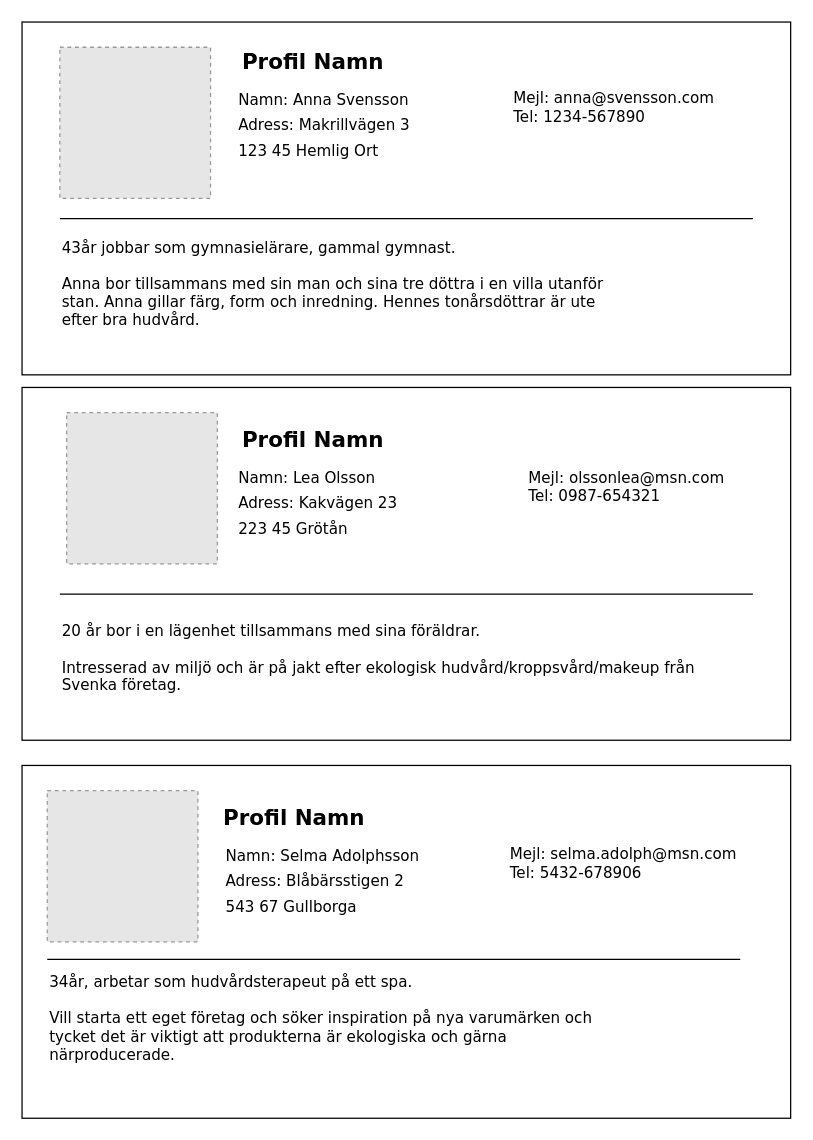
Navaas/WEB-2108 keeps this draw.io diagram as page "Page-1" (1 of 4) of granssnittsdesign/inlamning/inlamning.drawio. Above is the earlier version. Source tidied: cells renumbered, new cells numbered last; positions are measured from the earlier drawing's top-left corner, leaving out a move shared by most shapes. Both pictures are drawn from the tidied source at 126%, with x=0, y=0 at pixel (21, 21). Pictures stored in the file or linked from it are replaced by grey dashed boxes.
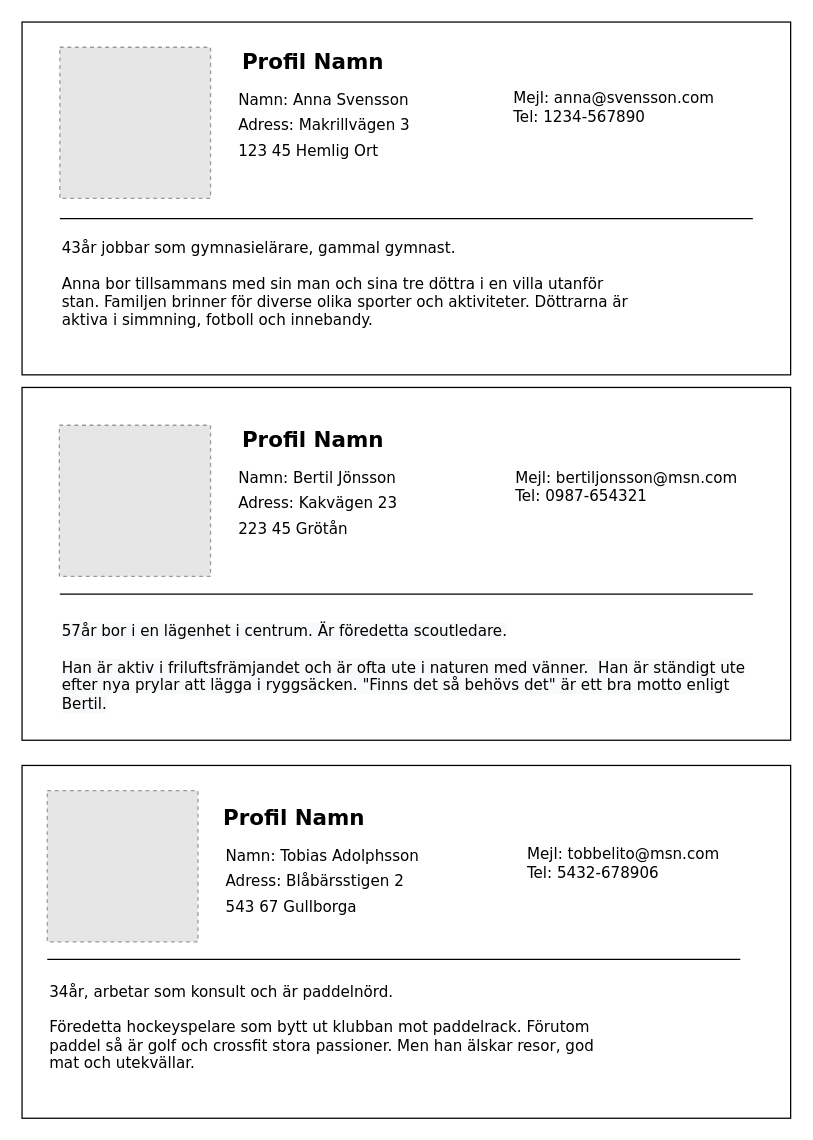
Above is the later version.

Change to the diagram source:
```diff
@@
-    <mxCell id="8" value="43år jobbar som gymnasielärare, gammal gymnast.&lt;br&gt;&lt;br&gt;Anna bor tillsammans med sin man och sina tre döttra i en villa utanför stan. Anna gillar färg, form och inredning. Hennes tonårsdöttrar är ute efter bra hudvård." style="text;html=1;strokeColor=none;fillColor=none;align=left;verticalAlign=middle;whiteSpace=wrap;rounded=0;fontFamily=Verdana;fontSize=12;" parent="1" vertex="1">
+    <mxCell id="8" value="43år jobbar som gymnasielärare, gammal gymnast.&lt;br&gt;&lt;br&gt;Anna bor tillsammans med sin man och sina tre döttra i en villa utanför stan. Familjen brinner för diverse olika sporter och aktiviteter. Döttrarna är aktiva i simmning, fotboll och innebandy." style="text;html=1;strokeColor=none;fillColor=none;align=left;verticalAlign=middle;whiteSpace=wrap;rounded=0;fontFamily=Verdana;fontSize=12;" parent="1" vertex="1">
       <mxGeometry x="30" y="135" width="455" height="145" as="geometry" />
     </mxCell>
@@
+    <mxCell id="23" style="fillColor=#E6E6E6;strokeColor=#999999;dashed=1;verticalLabelPosition=bottom;labelBackgroundColor=#ffffff;verticalAlign=top;" parent="1" vertex="1">
+      <mxGeometry x="29.6" y="320" width="120" height="120" as="geometry" />
+    </mxCell>
@@
-    <mxCell id="12" value="&lt;font style=&quot;font-size: 12px&quot;&gt;Namn: Lea Olsson&lt;br&gt;Adress: Kakvägen 23&lt;br&gt;223 45 Grötån&lt;br&gt;&lt;/font&gt;" style="text;html=1;strokeColor=none;fillColor=none;align=left;verticalAlign=middle;whiteSpace=wrap;rounded=0;fontFamily=Verdana;fontSize=17;" parent="1" vertex="1">
+    <mxCell id="12" value="&lt;font style=&quot;font-size: 12px&quot;&gt;Namn: Bertil Jönsson&lt;br&gt;Adress: Kakvägen 23&lt;br&gt;223 45 Grötån&lt;br&gt;&lt;/font&gt;" style="text;html=1;strokeColor=none;fillColor=none;align=left;verticalAlign=middle;whiteSpace=wrap;rounded=0;fontFamily=Verdana;fontSize=17;" parent="1" vertex="1">
       <mxGeometry x="170" y="350" width="230" height="60" as="geometry" />
     </mxCell>
-    <mxCell id="13" value="Mejl: olssonlea@msn.com&lt;br&gt;&lt;div style=&quot;text-align: left&quot;&gt;&lt;span&gt;Tel: 0987-654321&lt;/span&gt;&lt;/div&gt;" style="text;html=1;strokeColor=none;fillColor=none;align=center;verticalAlign=middle;whiteSpace=wrap;rounded=0;fontFamily=Verdana;fontSize=12;" parent="1" vertex="1">
+    <mxCell id="13" value="Mejl: bertiljonsson@msn.com&lt;br&gt;&lt;div style=&quot;text-align: left&quot;&gt;&lt;span&gt;Tel: 0987-654321&lt;/span&gt;&lt;/div&gt;" style="text;html=1;strokeColor=none;fillColor=none;align=center;verticalAlign=middle;whiteSpace=wrap;rounded=0;fontFamily=Verdana;fontSize=12;" parent="1" vertex="1">
       <mxGeometry x="370" y="344" width="220" height="50" as="geometry" />
     </mxCell>
@@
-    <mxCell id="15" value="&lt;font face=&quot;verdana&quot;&gt;20 år bor i en lägenhet tillsammans med sina föräldrar.&lt;br&gt;&lt;/font&gt;&lt;br&gt;Intresserad av miljö och är på jakt efter ekologisk hudvård/kroppsvård/makeup från Svenka företag." style="text;whiteSpace=wrap;html=1;fontSize=12;fontFamily=Verdana;" parent="1" vertex="1">
+    <mxCell id="15" value="&lt;span style=&quot;color: rgb(0, 0, 0); font-family: verdana; font-size: 12px; font-style: normal; font-weight: 400; letter-spacing: normal; text-align: left; text-indent: 0px; text-transform: none; word-spacing: 0px; background-color: rgb(248, 249, 250); display: inline; float: none;&quot;&gt;57år bor i en lägenhet i centrum. Är föredetta scoutledare.&lt;/span&gt;&lt;br style=&quot;color: rgb(0, 0, 0); font-family: verdana; font-size: 12px; font-style: normal; font-weight: 400; letter-spacing: normal; text-align: left; text-indent: 0px; text-transform: none; word-spacing: 0px; background-color: rgb(248, 249, 250);&quot;&gt;&lt;br style=&quot;color: rgb(0, 0, 0); font-family: verdana; font-size: 12px; font-style: normal; font-weight: 400; letter-spacing: normal; text-align: left; text-indent: 0px; text-transform: none; word-spacing: 0px; background-color: rgb(248, 249, 250);&quot;&gt;&lt;span style=&quot;color: rgb(0, 0, 0); font-family: verdana; font-size: 12px; font-style: normal; font-weight: 400; letter-spacing: normal; text-align: left; text-indent: 0px; text-transform: none; word-spacing: 0px; background-color: rgb(248, 249, 250); display: inline; float: none;&quot;&gt;Han är aktiv i friluftsfrämjandet och är ofta ute i naturen med vänner.&amp;nbsp; Han är ständigt ute efter nya prylar att lägga i ryggsäcken. &quot;Finns det så behövs det&quot; är ett bra motto enligt Bertil.&lt;/span&gt;" style="text;whiteSpace=wrap;html=1;fontSize=12;fontFamily=Verdana;" parent="1" vertex="1">
       <mxGeometry x="29.6" y="470" width="550" height="90" as="geometry" />
     </mxCell>
@@
-    <mxCell id="18" value="&lt;font style=&quot;font-size: 12px&quot;&gt;Namn: Selma Adolphsson&lt;br&gt;Adress: Blåbärsstigen 2&lt;br&gt;543 67 Gullborga&lt;br&gt;&lt;/font&gt;" style="text;html=1;strokeColor=none;fillColor=none;align=left;verticalAlign=middle;whiteSpace=wrap;rounded=0;fontFamily=Verdana;fontSize=17;" parent="1" vertex="1">
+    <mxCell id="18" value="&lt;font style=&quot;font-size: 12px&quot;&gt;Namn: Tobias Adolphsson&lt;br&gt;Adress: Blåbärsstigen 2&lt;br&gt;543 67 Gullborga&lt;br&gt;&lt;/font&gt;" style="text;html=1;strokeColor=none;fillColor=none;align=left;verticalAlign=middle;whiteSpace=wrap;rounded=0;fontFamily=Verdana;fontSize=17;" parent="1" vertex="1">
       <mxGeometry x="160" y="650" width="230" height="60" as="geometry" />
     </mxCell>
-    <mxCell id="19" value="Mejl: selma.adolph@msn.com&lt;br&gt;&lt;div style=&quot;text-align: left&quot;&gt;&lt;span&gt;Tel: 5432-678906&lt;/span&gt;&lt;/div&gt;" style="text;html=1;strokeColor=none;fillColor=none;align=center;verticalAlign=middle;whiteSpace=wrap;rounded=0;fontFamily=Verdana;fontSize=12;" parent="1" vertex="1">
+    <mxCell id="19" value="Mejl: tobbelito@msn.com&lt;br&gt;&lt;div style=&quot;text-align: left&quot;&gt;&lt;span&gt;Tel: 5432-678906&lt;/span&gt;&lt;/div&gt;" style="text;html=1;strokeColor=none;fillColor=none;align=center;verticalAlign=middle;whiteSpace=wrap;rounded=0;fontFamily=Verdana;fontSize=12;" parent="1" vertex="1">
       <mxGeometry x="377" y="643" width="200.6" height="50" as="geometry" />
     </mxCell>
@@
-    <mxCell id="21" value="34år, arbetar som hudvårdsterapeut på ett spa.&lt;br&gt;&lt;br&gt;Vill starta ett eget företag och söker inspiration på nya varumärken och tycket det är viktigt att produkterna är ekologiska och gärna närproducerade.&lt;br&gt;&lt;br&gt;" style="text;html=1;strokeColor=none;fillColor=none;align=left;verticalAlign=middle;whiteSpace=wrap;rounded=0;fontFamily=Verdana;fontSize=12;" parent="1" vertex="1">
+    <mxCell id="21" value="34år, arbetar som konsult och är paddelnörd.&lt;br&gt;&lt;br&gt;Föredetta hockeyspelare som bytt ut klubban mot paddelrack. Förutom paddel så är golf och crossfit stora passioner. Men han älskar resor, god mat och utekvällar." style="text;html=1;strokeColor=none;fillColor=none;align=left;verticalAlign=middle;whiteSpace=wrap;rounded=0;fontFamily=Verdana;fontSize=12;" parent="1" vertex="1">
       <mxGeometry x="20" y="725" width="455" height="145" as="geometry" />
     </mxCell>
-    <mxCell id="22" style="fillColor=#E6E6E6;strokeColor=#999999;dashed=1;verticalLabelPosition=bottom;labelBackgroundColor=#ffffff;verticalAlign=top;" parent="1" vertex="1">
-      <mxGeometry x="35.4" y="310" width="119.6" height="120" as="geometry" />
-    </mxCell>
```
